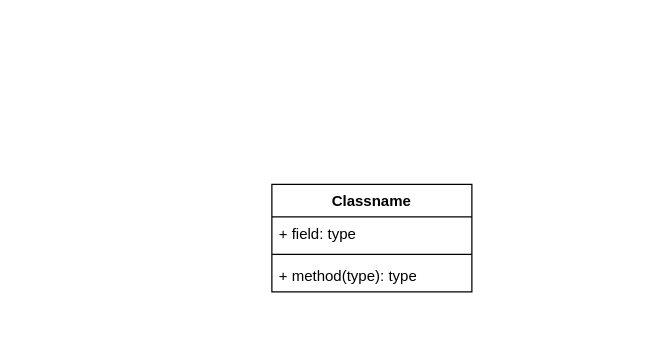
This is page "Page-2" (2 of 2) of com/cc/java/klassendiagramm.drawio from jy4education-gif/02b_Klassen_Objekte_2, a draw.io file, before an edit. Source tidied: cells renumbered, new cells numbered last; positions are measured from the earlier drawing's top-left corner, leaving out a move shared by most shapes. Both pictures are drawn from the tidied source at 125%, with x=0, y=0 at pixel (271, 184).
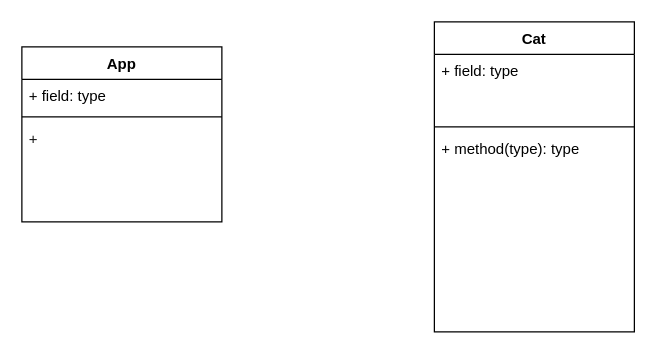
After the change.

Diff of the diagram source:
```diff
@@
 <mxGraphModel>
   <root>
     <mxCell id="0" />
     <mxCell id="1" parent="0" />
-    <mxCell id="2" value="Classname" style="swimlane;fontStyle=1;align=center;verticalAlign=top;horizontal=1;startSize=26;whiteSpace=wrap;html=1;" parent="1" vertex="1">
-      <mxGeometry width="160" height="86" as="geometry" />
-    </mxCell>
+    <mxCell id="6" value="App" style="swimlane;fontStyle=1;align=center;verticalAlign=top;horizontal=1;startSize=26;whiteSpace=wrap;html=1;" parent="1" vertex="1">
+      <mxGeometry x="-200" y="-110" width="160" height="140" as="geometry" />
+    </mxCell>
-    <mxCell id="3" value="+ field: type" style="text;strokeColor=none;fillColor=none;align=left;verticalAlign=top;spacingLeft=4;spacingRight=4;overflow=hidden;whiteSpace=wrap;html=1;" parent="2" vertex="1">
+    <mxCell id="3" value="+ field: type" style="text;strokeColor=none;fillColor=none;align=left;verticalAlign=top;spacingLeft=4;spacingRight=4;overflow=hidden;whiteSpace=wrap;html=1;" parent="6" vertex="1">
       <mxGeometry y="26" width="160" height="26" as="geometry" />
     </mxCell>
-    <mxCell id="4" style="line;strokeWidth=1;fillColor=none;align=left;verticalAlign=middle;spacingTop=-1;spacingLeft=3;spacingRight=3;labelPosition=right;strokeColor=inherit;" parent="2" vertex="1">
+    <mxCell id="4" style="line;strokeWidth=1;fillColor=none;align=left;verticalAlign=middle;spacingTop=-1;spacingLeft=3;spacingRight=3;labelPosition=right;strokeColor=inherit;" parent="6" vertex="1">
       <mxGeometry y="52" width="160" height="8" as="geometry" />
     </mxCell>
+    <mxCell id="7" value="&lt;font color=&quot;#121212&quot;&gt;+&amp;nbsp;&lt;/font&gt;" style="text;strokeColor=none;fillColor=none;align=left;verticalAlign=top;spacingLeft=4;spacingRight=4;overflow=hidden;whiteSpace=wrap;html=1;" parent="6" vertex="1">
+      <mxGeometry y="60" width="160" height="80" as="geometry" />
+    </mxCell>
+    <mxCell id="8" value="Cat" style="swimlane;fontStyle=1;align=center;verticalAlign=top;horizontal=1;startSize=26;whiteSpace=wrap;html=1;" parent="1" vertex="1">
+      <mxGeometry x="130" y="-130" width="160" height="248" as="geometry" />
+    </mxCell>
+    <mxCell id="9" value="+ field: type" style="text;strokeColor=none;fillColor=none;align=left;verticalAlign=top;spacingLeft=4;spacingRight=4;overflow=hidden;whiteSpace=wrap;html=1;" parent="8" vertex="1">
+      <mxGeometry y="26" width="160" height="54" as="geometry" />
+    </mxCell>
+    <mxCell id="10" style="line;strokeWidth=1;fillColor=none;align=left;verticalAlign=middle;spacingTop=-1;spacingLeft=3;spacingRight=3;labelPosition=right;strokeColor=inherit;" parent="8" vertex="1">
+      <mxGeometry y="80" width="160" height="8" as="geometry" />
+    </mxCell>
-    <mxCell id="5" value="+ method(type): type" style="text;strokeColor=none;fillColor=none;align=left;verticalAlign=top;spacingLeft=4;spacingRight=4;overflow=hidden;whiteSpace=wrap;html=1;" parent="2" vertex="1">
-      <mxGeometry y="60" width="160" height="26" as="geometry" />
+    <mxCell id="5" value="+ method(type): type" style="text;strokeColor=none;fillColor=none;align=left;verticalAlign=top;spacingLeft=4;spacingRight=4;overflow=hidden;whiteSpace=wrap;html=1;" parent="8" vertex="1">
+      <mxGeometry y="88" width="160" height="160" as="geometry" />
     </mxCell>
   </root>
 </mxGraphModel>
```
